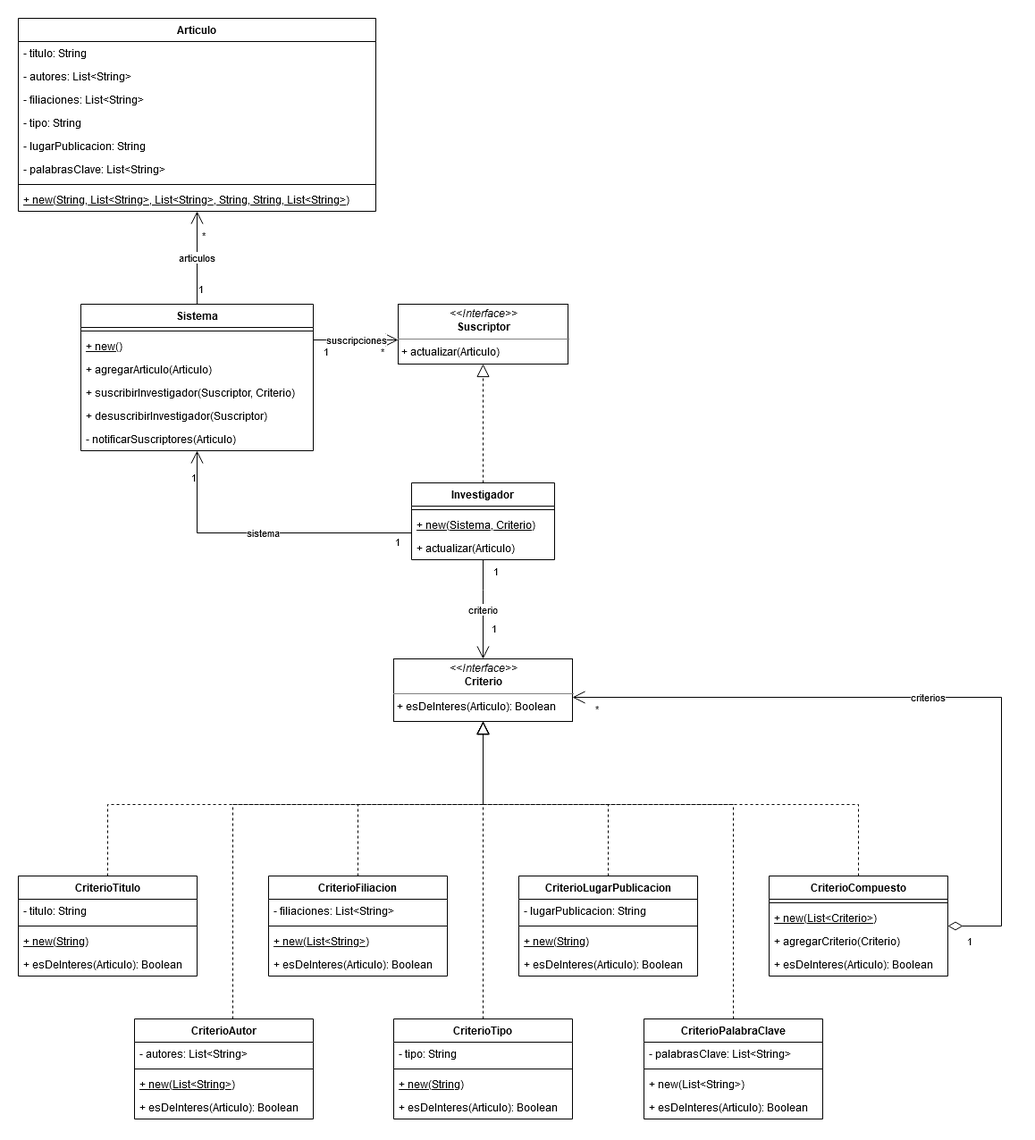
Before: docs/tp08_observer/uml-02-publicaciones.png, a diagram exported from draw.io (pablospizzamiglio/unq-po2). Source tidied: cells renumbered, new cells last; positions are measured from the earlier drawing's top-left corner, leaving out a move shared by most shapes.
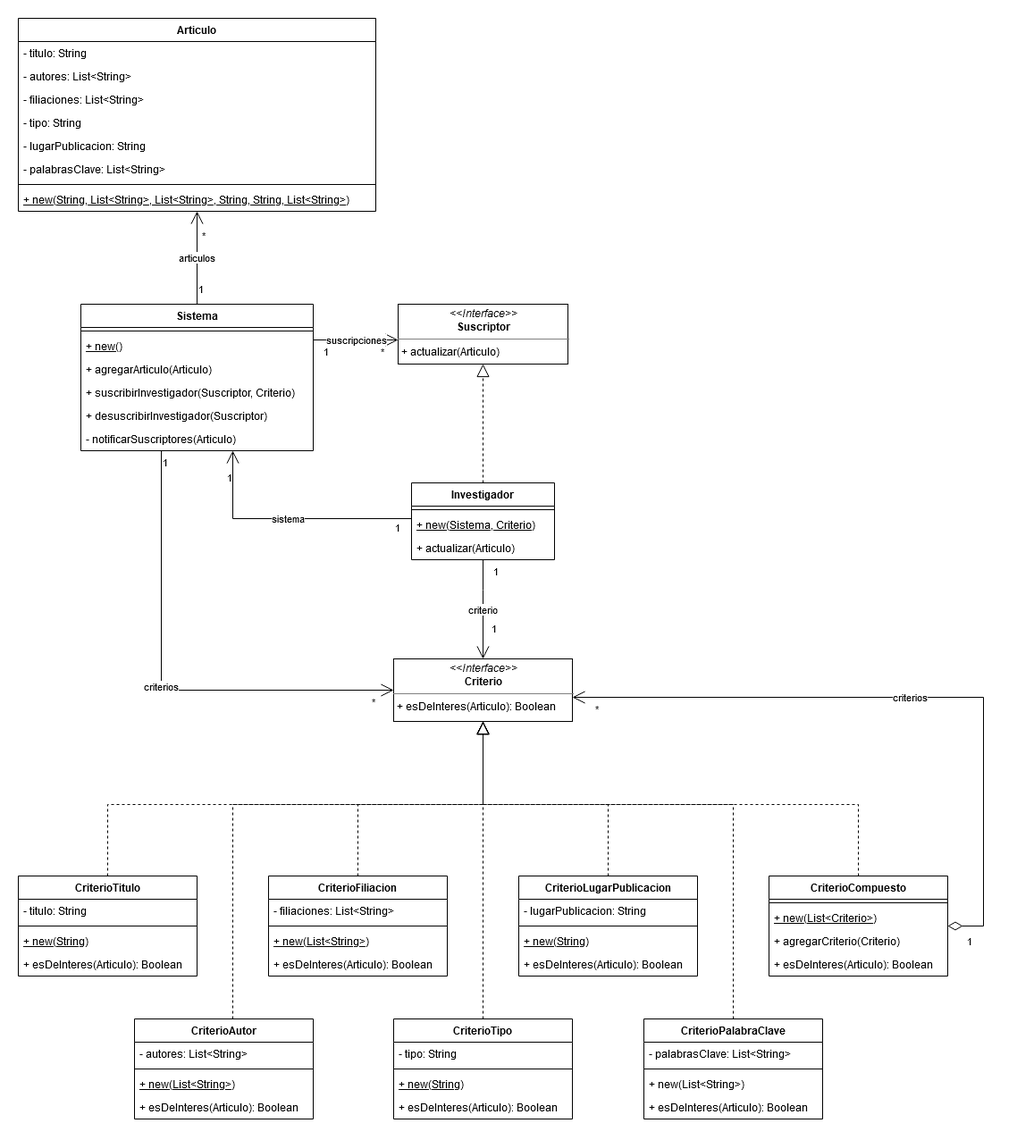
After the commit.

Diff of the diagram source:
```diff
@@ -128,8 +128,8 @@
     <mxCell id="27" value="criterios" style="endArrow=open;html=1;endSize=12;startArrow=diamondThin;startSize=14;startFill=0;edgeStyle=orthogonalEdgeStyle;rounded=0;" parent="1" edge="1" source="62" target="19">
       <mxGeometry relative="1" as="geometry">
         <Array as="points">
-          <mxPoint x="1100" y="1016" />
-          <mxPoint x="1100" y="760" />
+          <mxPoint x="1080" y="1016" />
+          <mxPoint x="1080" y="760" />
         </Array>
       </mxGeometry>
     </mxCell>
@@ -164,7 +164,7 @@
     <mxCell id="33" value="sistema" style="endArrow=open;html=1;endSize=12;startArrow=none;startSize=14;startFill=0;edgeStyle=orthogonalEdgeStyle;rounded=0;" parent="1" edge="1" source="36" target="40">
       <mxGeometry relative="1" as="geometry">
         <Array as="points">
-          <mxPoint x="200" y="576" />
+          <mxPoint x="240" y="560" />
         </Array>
       </mxGeometry>
     </mxCell>
@@ -316,5 +316,20 @@
     <mxCell id="81" value="+ esDeInteres(Articulo): Boolean" style="text;strokeColor=none;fillColor=none;align=left;verticalAlign=top;spacingLeft=4;spacingRight=4;overflow=hidden;" parent="77" vertex="1">
       <mxGeometry y="86" width="200" height="26" as="geometry" />
     </mxCell>
+    <mxCell id="82" value="criterios" style="endArrow=open;html=1;endSize=12;startArrow=none;startSize=14;startFill=0;edgeStyle=orthogonalEdgeStyle;rounded=0;" parent="1" edge="1" source="40" target="19">
+      <mxGeometry relative="1" as="geometry">
+        <Array as="points">
+          <mxPoint x="160" y="752" />
+        </Array>
+      </mxGeometry>
+    </mxCell>
+    <mxCell id="83" value="1" style="edgeLabel;html=1;align=left;verticalAlign=top;" parent="82" vertex="1">
+      <mxGeometry x="-1" relative="1" as="geometry" />
+    </mxCell>
+    <mxCell id="84" value="*" style="edgeLabel;html=1;align=right;verticalAlign=top;" parent="82" vertex="1">
+      <mxGeometry x="1" relative="1" as="geometry">
+        <mxPoint x="-20" as="offset" />
+      </mxGeometry>
+    </mxCell>
   </root>
 </mxGraphModel>
```
